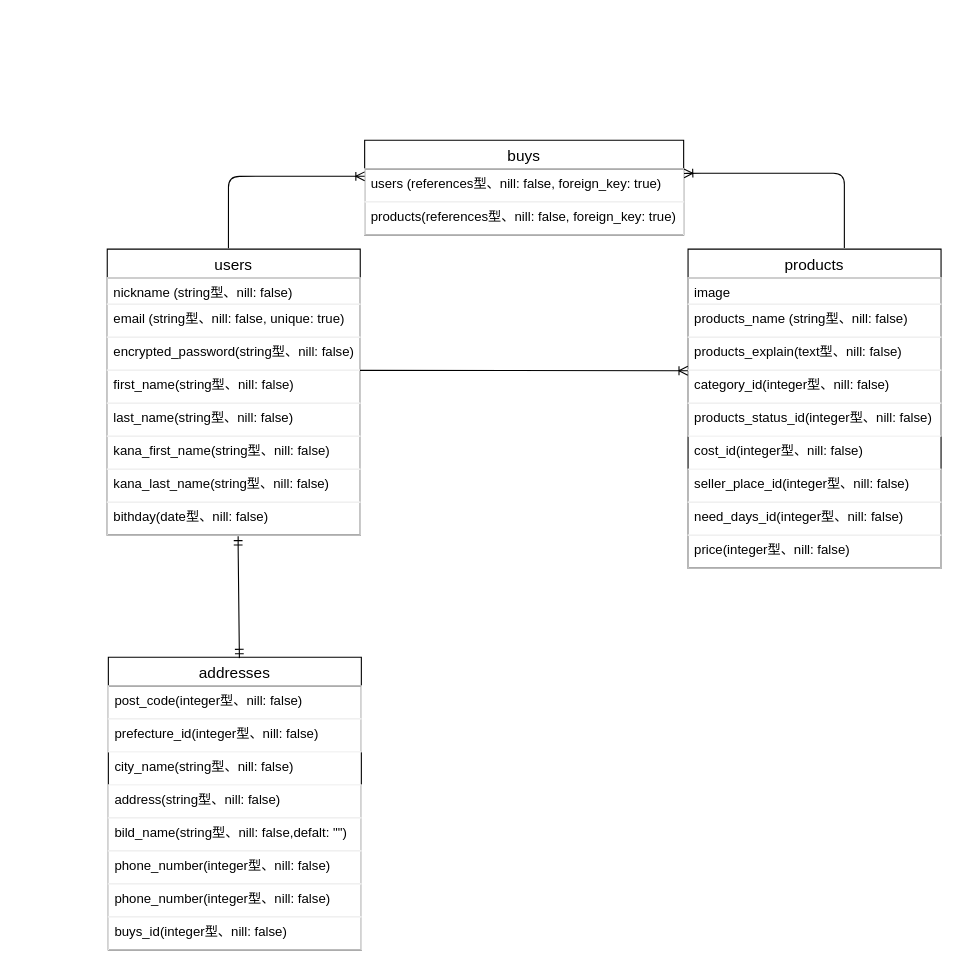
shb1204st/furima-36208 keeps this draw.io diagram as test.dio. Above is the earlier version. Source tidied: cells renumbered, new cells numbered last; positions are measured from the earlier drawing's top-left corner, leaving out a move shared by most shapes. Both pictures are drawn from the tidied source at 110%, with x=0, y=0 at pixel (107, 140).
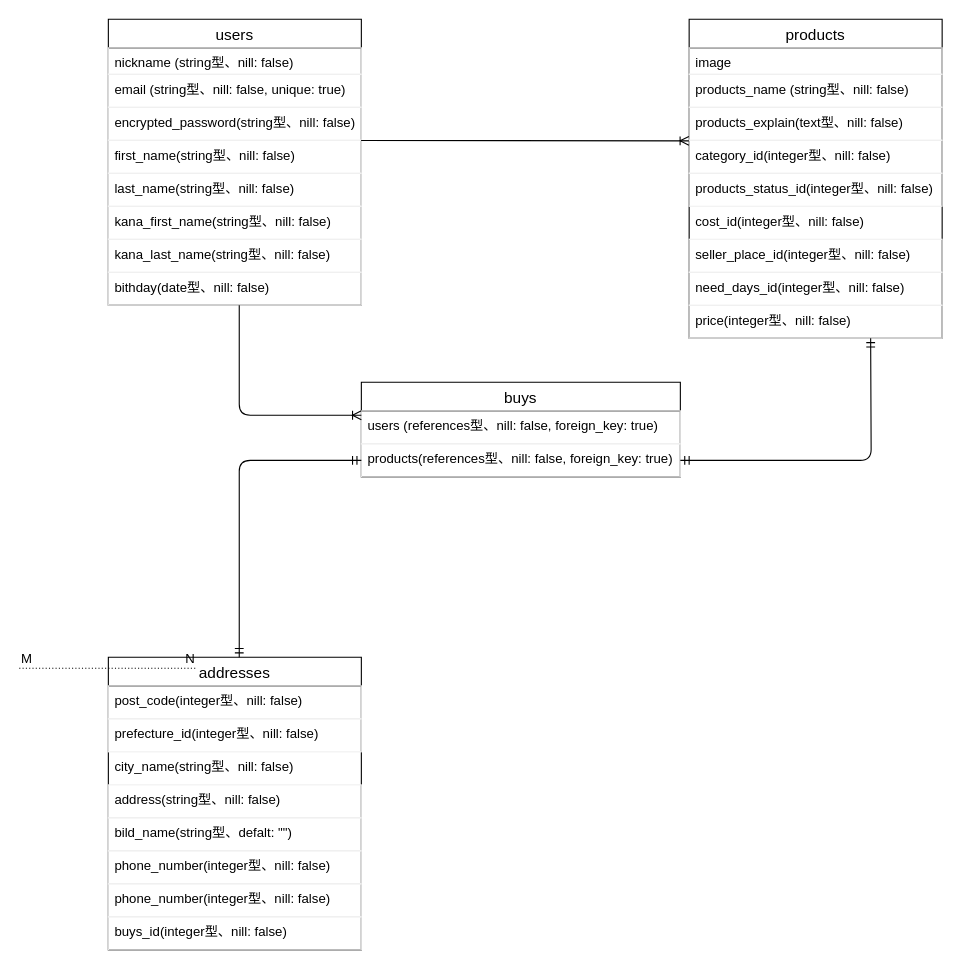
Above is the later version.

Commit message (it also covers changes not shown here):
pull request 2回目の訂正

The change refers to these unchanged cells:
```xml
<mxCell id="12" value="users (references型、nill: false, foreign_key: true)" style="text;fillColor=none;spacingLeft=4;spacingRight=4;overflow=hidden;points=[[0,0.5],[1,0.5]];portConstraint=eastwest;fontSize=12;strokeColor=#f0f0f0;" parent="11" vertex="1">
  <mxGeometry y="26" width="290" height="30" as="geometry" />
</mxCell>
<mxCell id="13" value="products(references型、nill: false, foreign_key: true)" style="text;fillColor=none;spacingLeft=4;spacingRight=4;overflow=hidden;points=[[0,0.5],[1,0.5]];portConstraint=eastwest;fontSize=12;strokeColor=#f0f0f0;" parent="11" vertex="1">
  <mxGeometry y="56" width="290" height="30" as="geometry" />
</mxCell>
<mxCell id="26" value="addresses" style="swimlane;fontStyle=0;horizontal=1;startSize=26;align=center;fontSize=14;" parent="1" vertex="1">
  <mxGeometry x="1" y="470" width="230" height="266" as="geometry" />
</mxCell>
```

What changed in the source:
```diff
@@
     <mxCell id="2" value="users" style="swimlane;fontStyle=0;horizontal=1;startSize=26;align=center;fontSize=14;" parent="1" vertex="1">
-      <mxGeometry y="99" width="230" height="260" as="geometry" />
+      <mxGeometry x="1" y="-110" width="230" height="260" as="geometry" />
     </mxCell>
@@
     <mxCell id="11" value="buys" style="swimlane;fontStyle=0;horizontal=1;startSize=26;align=center;fontSize=14;" parent="1" vertex="1">
-      <mxGeometry x="234" width="290" height="86" as="geometry" />
+      <mxGeometry x="231" y="220" width="290" height="86" as="geometry" />
     </mxCell>
@@
     <mxCell id="16" value="products" style="swimlane;fontStyle=0;horizontal=1;startSize=26;align=center;fontSize=14;" parent="1" vertex="1">
-      <mxGeometry x="528" y="99" width="230" height="290" as="geometry" />
+      <mxGeometry x="529" y="-110" width="230" height="290" as="geometry" />
     </mxCell>
@@
-    <mxCell id="31" value="bild_name(string型、nill: false,defalt: &quot;&quot;)" style="text;fillColor=none;spacingLeft=4;spacingRight=4;overflow=hidden;fontSize=12;strokeColor=#f0f0f0;" parent="26" vertex="1">
+    <mxCell id="31" value="bild_name(string型、defalt: &quot;&quot;)" style="text;fillColor=none;spacingLeft=4;spacingRight=4;overflow=hidden;fontSize=12;strokeColor=#f0f0f0;" parent="26" vertex="1">
       <mxGeometry y="146" width="230" height="30" as="geometry" />
     </mxCell>
@@
-    <mxCell id="36" style="fontSize=12;html=1;endArrow=ERoneToMany;edgeStyle=orthogonalEdgeStyle;exitX=0.479;exitY=-0.003;exitDx=0;exitDy=0;exitPerimeter=0;entryX=0;entryY=0.225;entryDx=0;entryDy=0;entryPerimeter=0;" parent="1" edge="1" source="2" target="12">
+    <mxCell id="36" style="fontSize=12;html=1;endArrow=ERoneToMany;edgeStyle=orthogonalEdgeStyle;" parent="1" edge="1" target="12">
       <mxGeometry relative="1" as="geometry">
+        <mxPoint x="120" y="150" as="sourcePoint" />
         <Array as="points">
-          <mxPoint x="110" y="33" />
+          <mxPoint x="120" y="250" />
         </Array>
       </mxGeometry>
     </mxCell>
@@
-    <mxCell id="38" style="fontSize=12;html=1;endArrow=ERmandOne;startArrow=ERmandOne;exitX=0.518;exitY=0.003;exitDx=0;exitDy=0;exitPerimeter=0;" parent="1" edge="1" source="26">
-      <mxGeometry relative="1" as="geometry">
-        <mxPoint x="119" y="360" as="targetPoint" />
-        <Array as="points">
-          <mxPoint x="119" y="370" />
-        </Array>
-      </mxGeometry>
-    </mxCell>
-    <mxCell id="39" style="fontSize=12;html=1;endArrow=ERoneToMany;edgeStyle=orthogonalEdgeStyle;exitX=0.618;exitY=0;exitDx=0;exitDy=0;exitPerimeter=0;entryX=1.001;entryY=0.139;entryDx=0;entryDy=0;entryPerimeter=0;" parent="1" edge="1" target="12">
-      <mxGeometry relative="1" as="geometry">
-        <mxPoint x="670.1" y="98" as="sourcePoint" />
-        <Array as="points">
-          <mxPoint x="670" y="30" />
-          <mxPoint x="530" y="30" />
-        </Array>
-      </mxGeometry>
-    </mxCell>
+    <mxCell id="40" style="endArrow=none;html=1;rounded=0;dashed=1;dashPattern=1 2;" parent="1" edge="1">
+      <mxGeometry relative="1" as="geometry">
+        <mxPoint x="-80" y="480" as="sourcePoint" />
+        <mxPoint x="80" y="480" as="targetPoint" />
+      </mxGeometry>
+    </mxCell>
+    <mxCell id="41" value="M" style="html=1;align=left;verticalAlign=bottom;" parent="40" vertex="1">
+      <mxGeometry x="-1" relative="1" as="geometry" />
+    </mxCell>
+    <mxCell id="42" value="N" style="html=1;align=right;verticalAlign=bottom;" parent="40" vertex="1">
+      <mxGeometry x="1" relative="1" as="geometry" />
+    </mxCell>
+    <mxCell id="43" style="edgeStyle=orthogonalEdgeStyle;fontSize=12;html=1;endArrow=ERmandOne;startArrow=ERmandOne;exitX=1;exitY=0.5;exitDx=0;exitDy=0;" parent="1" edge="1" source="13">
+      <mxGeometry relative="1" as="geometry">
+        <mxPoint x="694" y="180" as="targetPoint" />
+      </mxGeometry>
+    </mxCell>
+    <mxCell id="44" style="edgeStyle=orthogonalEdgeStyle;fontSize=12;html=1;endArrow=ERmandOne;startArrow=ERmandOne;entryX=0;entryY=0.5;entryDx=0;entryDy=0;" parent="1" edge="1" target="13">
+      <mxGeometry relative="1" as="geometry">
+        <mxPoint x="120" y="470" as="sourcePoint" />
+        <Array as="points">
+          <mxPoint x="120" y="470" />
+          <mxPoint x="120" y="291" />
+        </Array>
+      </mxGeometry>
+    </mxCell>
```
